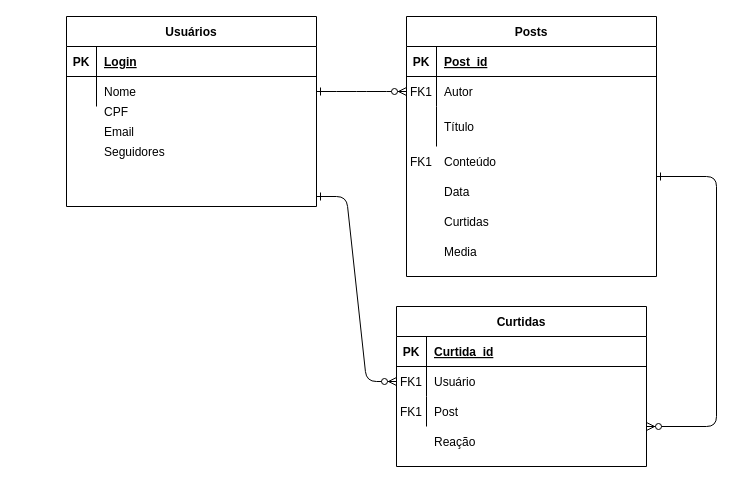
jrfagundes/feed keeps this draw.io diagram as ER.drawio. Above is the earlier version. Source tidied: cells renumbered, new cells numbered last; positions are measured from the earlier drawing's top-left corner, leaving out a move shared by most shapes. Both pictures are drawn from the tidied source at 100%, with x=0, y=0 at pixel (66, 16).
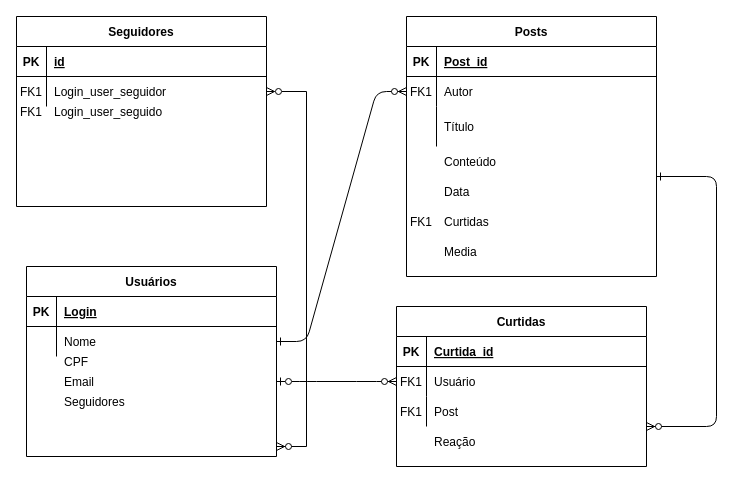
After the change.

Unchanged cells that the change refers to:
```xml
<mxCell id="18" style="shape=partialRectangle;fillColor=none;points=[[0,0.5],[1,0.5]];portConstraint=eastwest;top=0;left=0;right=0;bottom=0;" parent="14" vertex="1">
  <mxGeometry y="60" width="250" height="30" as="geometry" />
</mxCell>
```

What changed in the source:
```diff
@@
+    <mxCell id="42" style="edgeStyle=entityRelationEdgeStyle;rounded=0;jettySize=auto;html=1;endArrow=ERzeroToMany;endFill=0;startArrow=ERzeroToMany;startFill=1;" parent="1" edge="1" target="47">
+      <mxGeometry relative="1" as="geometry">
+        <mxPoint x="210" y="430" as="sourcePoint" />
+      </mxGeometry>
+    </mxCell>
     <mxCell id="24" value="Usuários" style="shape=table;startSize=30;childLayout=tableLayout;rowLines=0;fontStyle=1;align=center;" parent="1" vertex="1">
-      <mxGeometry width="250" height="190" as="geometry" />
+      <mxGeometry x="-40" y="250" width="250" height="190" as="geometry" />
     </mxCell>
@@
     <mxCell id="31" value="CPF" style="shape=partialRectangle;overflow=hidden;fillColor=none;top=0;left=0;bottom=0;right=0;align=left;spacingLeft=6;" parent="1" vertex="1">
-      <mxGeometry x="30" y="80" width="220" height="30" as="geometry" />
+      <mxGeometry x="-10" y="330" width="220" height="30" as="geometry" />
     </mxCell>
     <mxCell id="32" value="Email" style="shape=partialRectangle;overflow=hidden;fillColor=none;top=0;left=0;bottom=0;right=0;align=left;spacingLeft=6;" parent="1" vertex="1">
-      <mxGeometry x="30" y="100" width="220" height="30" as="geometry" />
+      <mxGeometry x="-10" y="350" width="220" height="30" as="geometry" />
     </mxCell>
     <mxCell id="33" value="Seguidores" style="shape=partialRectangle;overflow=hidden;fillColor=none;top=0;left=0;bottom=0;right=0;align=left;spacingLeft=6;" parent="1" vertex="1">
-      <mxGeometry x="30" y="120" width="220" height="30" as="geometry" />
+      <mxGeometry x="-10" y="370" width="220" height="30" as="geometry" />
     </mxCell>
@@
     <mxCell id="36" value="FK1" style="shape=partialRectangle;overflow=hidden;fillColor=none;top=0;left=0;bottom=0;right=0;" parent="1" vertex="1">
-      <mxGeometry x="340" y="130" width="30" height="30" as="geometry" />
+      <mxGeometry x="340" y="190" width="30" height="30" as="geometry" />
     </mxCell>
@@
-    <mxCell id="39" style="edgeStyle=entityRelationEdgeStyle;endArrow=ERzeroToMany;startArrow=ERone;endFill=1;startFill=0;" parent="1" edge="1" target="18">
+    <mxCell id="39" style="edgeStyle=entityRelationEdgeStyle;endArrow=ERzeroToMany;startArrow=ERzeroToOne;endFill=1;startFill=0;" parent="1" edge="1" target="18">
       <mxGeometry relative="1" as="geometry">
-        <mxPoint x="250" y="180" as="sourcePoint" />
+        <mxPoint x="210" y="365" as="sourcePoint" />
       </mxGeometry>
     </mxCell>
@@
+    <mxCell id="43" value="Seguidores" style="shape=table;startSize=30;childLayout=tableLayout;rowLines=0;fontStyle=1;align=center;" parent="1" vertex="1">
+      <mxGeometry x="-50" width="250" height="190" as="geometry" />
+    </mxCell>
+    <mxCell id="44" style="shape=partialRectangle;fillColor=none;top=0;left=0;right=0;bottom=1;" parent="43" vertex="1">
+      <mxGeometry y="30" width="250" height="30" as="geometry" />
+    </mxCell>
+    <mxCell id="45" value="PK" style="shape=partialRectangle;overflow=hidden;fillColor=none;top=0;left=0;bottom=0;right=0;fontStyle=1;" parent="44" vertex="1">
+      <mxGeometry width="30" height="30" as="geometry" />
+    </mxCell>
+    <mxCell id="46" value="id" style="shape=partialRectangle;overflow=hidden;fillColor=none;top=0;left=0;bottom=0;right=0;align=left;spacingLeft=6;fontStyle=5;" parent="44" vertex="1">
+      <mxGeometry x="30" width="220" height="30" as="geometry" />
+    </mxCell>
+    <mxCell id="47" style="shape=partialRectangle;fillColor=none;points=[[0,0.5],[1,0.5]];portConstraint=eastwest;top=0;left=0;right=0;bottom=0;" parent="43" vertex="1">
+      <mxGeometry y="60" width="250" height="30" as="geometry" />
+    </mxCell>
+    <mxCell id="48" value="FK1" style="shape=partialRectangle;overflow=hidden;fillColor=none;top=0;left=0;bottom=0;right=0;" parent="47" vertex="1">
+      <mxGeometry width="30" height="30" as="geometry" />
+    </mxCell>
+    <mxCell id="49" value="Login_user_seguidor" style="shape=partialRectangle;overflow=hidden;fillColor=none;top=0;left=0;bottom=0;right=0;align=left;spacingLeft=6;" parent="47" vertex="1">
+      <mxGeometry x="30" width="220" height="30" as="geometry" />
+    </mxCell>
+    <mxCell id="50" value="Login_user_seguido" style="shape=partialRectangle;overflow=hidden;fillColor=none;top=0;left=0;bottom=0;right=0;align=left;spacingLeft=6;" parent="1" vertex="1">
+      <mxGeometry x="-20" y="80" width="220" height="30" as="geometry" />
+    </mxCell>
+    <mxCell id="51" value="FK1" style="shape=partialRectangle;overflow=hidden;fillColor=none;top=0;left=0;bottom=0;right=0;" parent="1" vertex="1">
+      <mxGeometry x="-50" y="80" width="30" height="30" as="geometry" />
+    </mxCell>
```
